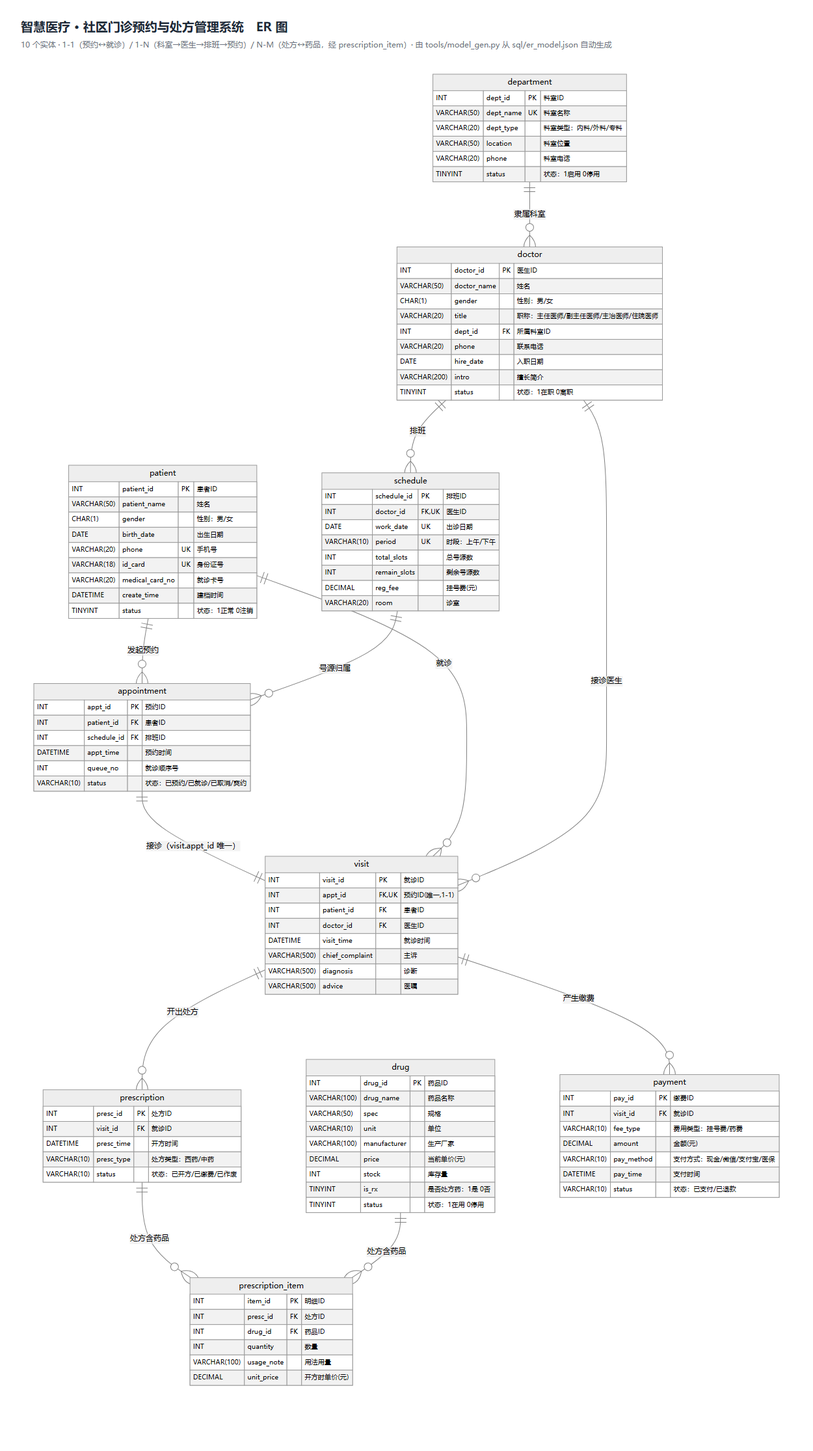
Dark-Urge-Love/Database-Systems-Course-Project keeps this Mermaid diagram as 作业1_智慧医疗门诊预约系统/docs/images/er_diagram.png. Above is the earlier version. Its source is kept beside it as 作业1_智慧医疗门诊预约系统/sql/er_diagram.mmd.
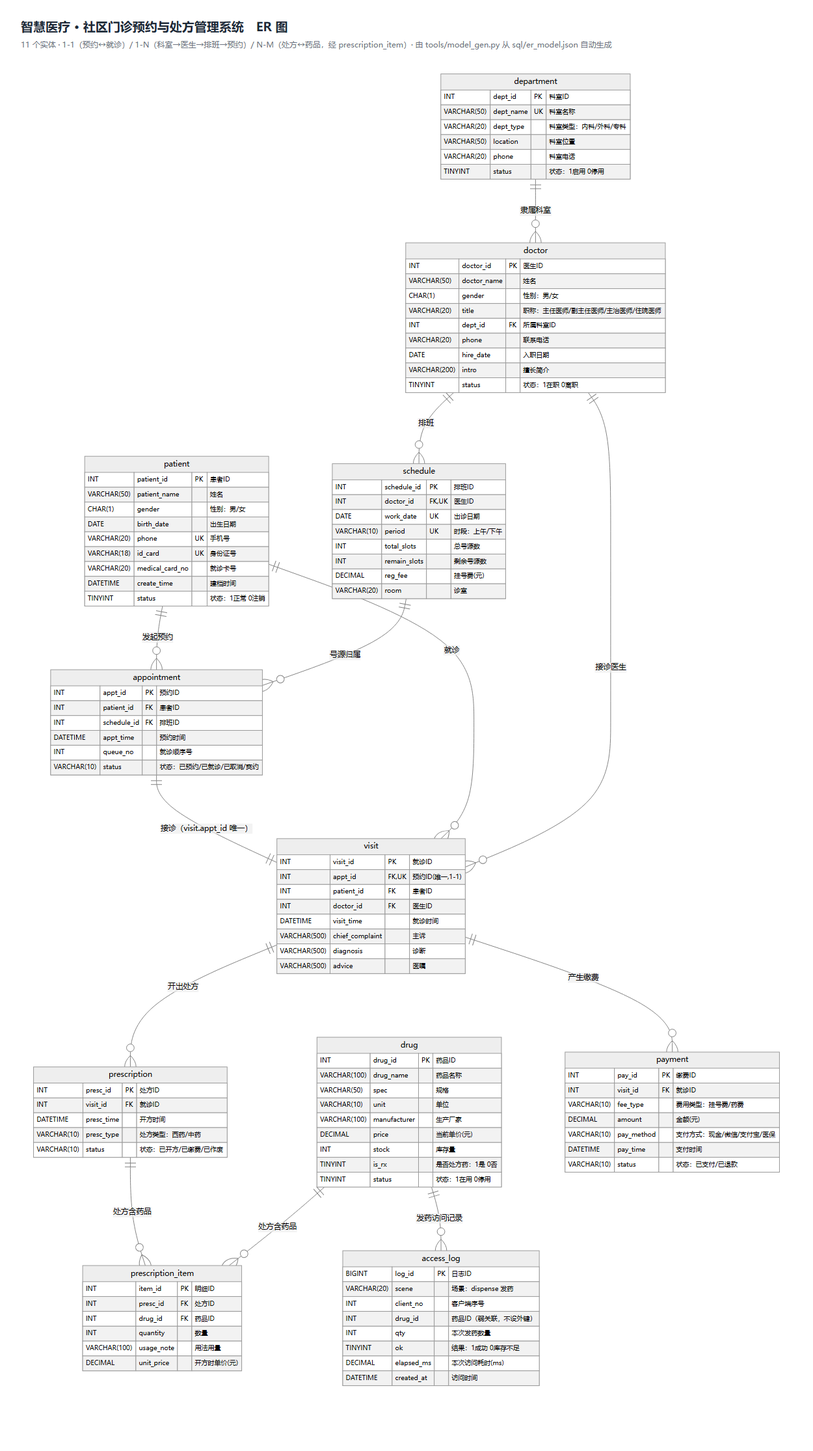
The same diagram one commit later.

Diff of the diagram source:
```diff
@@ -92,6 +92,16 @@
         DATETIME pay_time "支付时间"
         VARCHAR(10) status "状态：已支付/已退款"
     }
+    access_log {
+        BIGINT log_id PK "日志ID"
+        VARCHAR(20) scene "场景：dispense 发药"
+        INT client_no "客户端序号"
+        INT drug_id "药品ID（弱关联，不设外键）"
+        INT qty "本次发药数量"
+        TINYINT ok "结果：1成功 0库存不足"
+        DECIMAL elapsed_ms "本次访问耗时(ms)"
+        DATETIME created_at "访问时间"
+    }
     department ||--o{ doctor : "隶属科室"
     doctor ||--o{ schedule : "排班"
     patient ||--o{ appointment : "发起预约"
@@ -103,3 +113,4 @@
     visit ||--o{ payment : "产生缴费"
     patient ||--o{ visit : "就诊"
     doctor ||--o{ visit : "接诊医生"
+    drug ||--o{ access_log : "发药访问记录"
```
